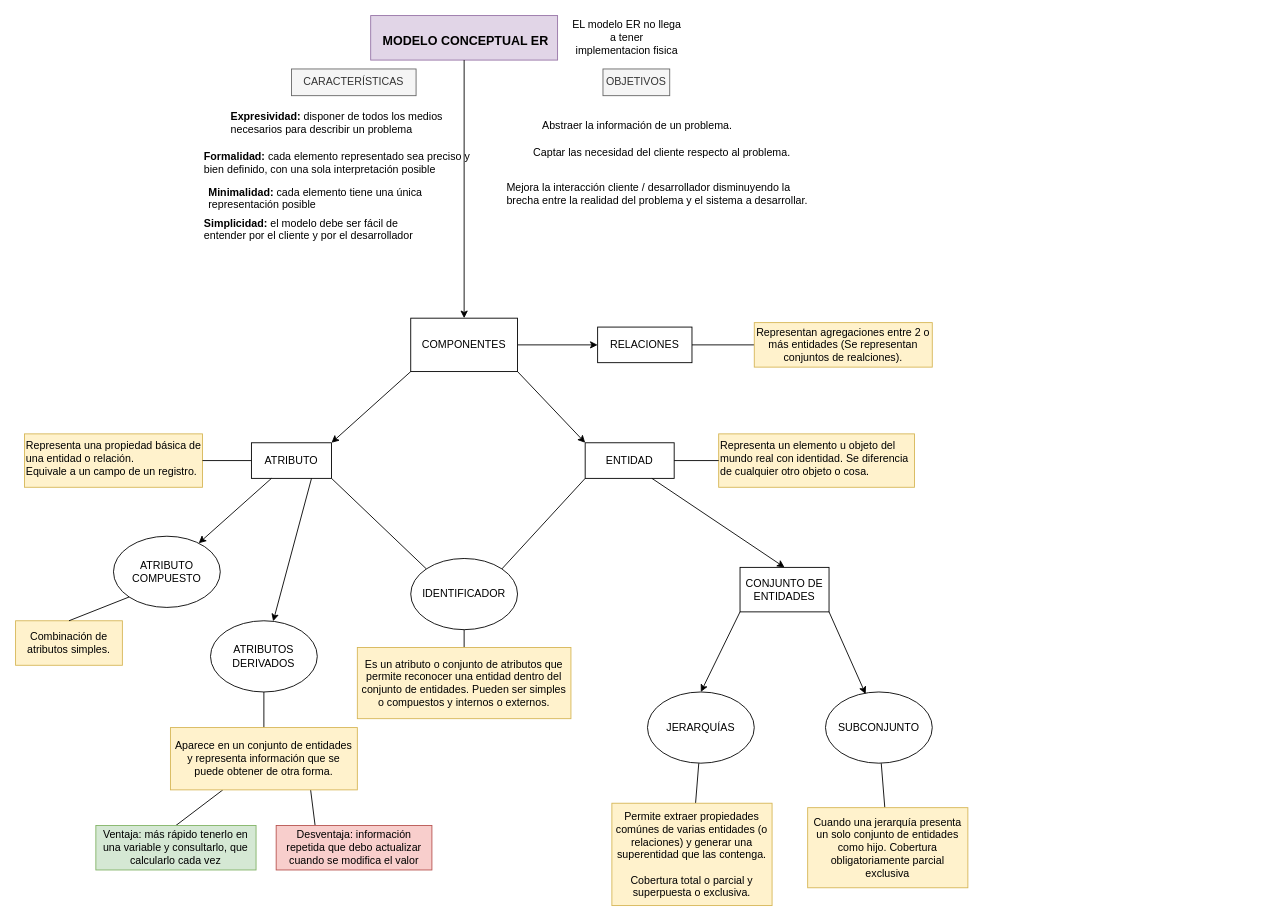
Before: page "Modelo ER - Conceptual" (3 of 4) of Diagrama-resumen.drawio in senras/DBD, a draw.io diagram. Source tidied: cells renumbered, new cells numbered last; positions are measured from the earlier drawing's top-left corner, leaving out a move shared by most shapes. Both pictures are drawn from the tidied source at 89%, with x=0, y=0 at pixel (15, 15).
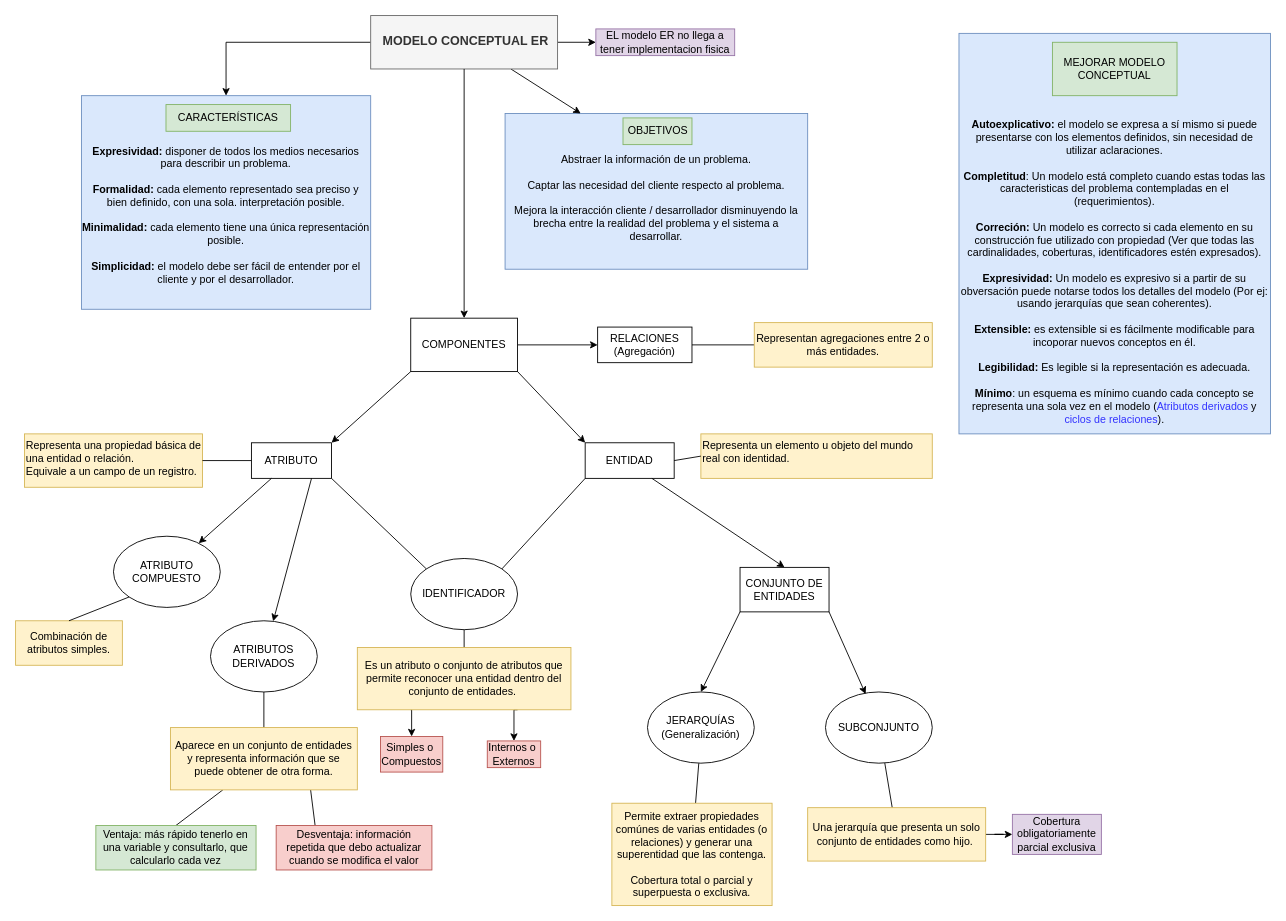
The same page after the edit.

What changed in the source:
```diff
@@
+    <mxCell id="54" value="&lt;span style=&quot;text-align: left&quot;&gt;&lt;br&gt;Abstraer la información de un problema.&lt;br&gt;&lt;br&gt;&lt;/span&gt;&lt;span style=&quot;text-align: left&quot;&gt;Captar las necesidad del cliente respecto al problema.&lt;br&gt;&lt;br&gt;&lt;/span&gt;&lt;span style=&quot;text-align: left&quot;&gt;Mejora la interacción cliente / desarrollador disminuyendo la brecha entre la realidad del problema y el sistema a desarrollar.&lt;/span&gt;&lt;span style=&quot;text-align: left&quot;&gt;&lt;br&gt;&lt;/span&gt;" style="rounded=0;whiteSpace=wrap;html=1;fillColor=#dae8fc;strokeColor=#6c8ebf;" parent="1" vertex="1">
+      <mxGeometry x="550" y="110" width="340" height="175" as="geometry" />
+    </mxCell>
+    <mxCell id="55" value="&lt;b style=&quot;text-align: left&quot;&gt;&lt;br&gt;&lt;br&gt;Expresividad:&lt;/b&gt;&lt;span style=&quot;text-align: left&quot;&gt;&amp;nbsp;disponer de todos los medios necesarios para describir un problema.&lt;br&gt;&lt;br&gt;&lt;/span&gt;&lt;b style=&quot;text-align: left&quot;&gt;Formalidad:&amp;nbsp;&lt;/b&gt;&lt;span style=&quot;text-align: left&quot;&gt;cada elemento representado sea preciso y bien definido, con una sola. interpretación posible.&lt;br&gt;&lt;/span&gt;&lt;span style=&quot;text-align: left&quot;&gt;&lt;br&gt;&lt;/span&gt;&lt;b style=&quot;text-align: left&quot;&gt;Minimalidad:&lt;/b&gt;&lt;span style=&quot;text-align: left&quot;&gt;&amp;nbsp;cada elemento tiene una única representación posible.&lt;br&gt;&lt;/span&gt;&lt;span style=&quot;text-align: left&quot;&gt;&lt;br&gt;&lt;/span&gt;&lt;b style=&quot;text-align: left&quot;&gt;Simplicidad:&lt;/b&gt;&lt;span style=&quot;text-align: left&quot;&gt;&amp;nbsp;el modelo debe ser fácil de entender por el cliente y por el desarrollador.&lt;/span&gt;&lt;span style=&quot;text-align: left&quot;&gt;&lt;br&gt;&lt;/span&gt;" style="rounded=0;whiteSpace=wrap;html=1;fillColor=#dae8fc;strokeColor=#6c8ebf;" parent="1" vertex="1">
+      <mxGeometry x="74" y="90" width="325" height="240" as="geometry" />
+    </mxCell>
@@
+    <mxCell id="56" style="edgeStyle=orthogonalEdgeStyle;rounded=0;jettySize=auto;html=1;exitX=1;exitY=0.5;exitDx=0;exitDy=0;entryX=0;entryY=0.5;entryDx=0;entryDy=0;fontColor=#3333FF;" parent="1" edge="1" source="3" target="53">
+      <mxGeometry relative="1" as="geometry" />
+    </mxCell>
+    <mxCell id="57" style="rounded=0;jettySize=auto;html=1;exitX=0.75;exitY=1;exitDx=0;exitDy=0;entryX=0.25;entryY=0;entryDx=0;entryDy=0;fontColor=#3333FF;" parent="1" edge="1" source="3" target="54">
+      <mxGeometry relative="1" as="geometry" />
+    </mxCell>
+    <mxCell id="58" style="edgeStyle=orthogonalEdgeStyle;rounded=0;jettySize=auto;html=1;exitX=0;exitY=0.5;exitDx=0;exitDy=0;entryX=0.5;entryY=0;entryDx=0;entryDy=0;fontColor=#3333FF;" parent="1" edge="1" source="3" target="55">
+      <mxGeometry relative="1" as="geometry" />
+    </mxCell>
-    <mxCell id="3" value="&lt;h3&gt;&amp;nbsp;MODELO CONCEPTUAL ER&lt;/h3&gt;" style="text;whiteSpace=wrap;html=1;fillColor=#e1d5e7;strokeColor=#9673a6;align=center;" parent="1" vertex="1">
-      <mxGeometry x="399" width="210" height="50" as="geometry" />
+    <mxCell id="3" value="&lt;h3&gt;&amp;nbsp;MODELO CONCEPTUAL ER&lt;/h3&gt;" style="text;whiteSpace=wrap;html=1;align=center;fillColor=#f5f5f5;fontColor=#333333;strokeColor=#666666;" parent="1" vertex="1">
+      <mxGeometry x="399" width="210" height="60" as="geometry" />
     </mxCell>
-    <mxCell id="4" value="OBJETIVOS" style="text;html=1;strokeColor=#666666;fillColor=#f5f5f5;align=center;verticalAlign=middle;whiteSpace=wrap;rounded=0;fontColor=#333333;" parent="1" vertex="1">
-      <mxGeometry x="660" y="60" width="75" height="30" as="geometry" />
+    <mxCell id="4" value="OBJETIVOS" style="text;html=1;strokeColor=#82b366;fillColor=#d5e8d4;align=center;verticalAlign=middle;whiteSpace=wrap;rounded=0;" parent="1" vertex="1">
+      <mxGeometry x="682.5" y="115" width="77.5" height="30" as="geometry" />
     </mxCell>
-    <mxCell id="5" value="Abstraer la información de un problema." style="text;whiteSpace=wrap;html=1;" parent="1" vertex="1">
-      <mxGeometry x="590" y="110" width="420" height="30" as="geometry" />
-    </mxCell>
-    <mxCell id="6" value="Captar las necesidad del cliente respecto al problema." style="text;whiteSpace=wrap;html=1;" parent="1" vertex="1">
-      <mxGeometry x="580" y="140" width="300" height="30" as="geometry" />
-    </mxCell>
-    <mxCell id="7" value="Mejora la interacción cliente / desarrollador disminuyendo la brecha entre la realidad del problema y el sistema a desarrollar." style="text;whiteSpace=wrap;html=1;" parent="1" vertex="1">
-      <mxGeometry x="550" y="180" width="350" height="40" as="geometry" />
-    </mxCell>
-    <mxCell id="8" value="CARACTERÍSTICAS" style="text;html=1;strokeColor=#666666;fillColor=#f5f5f5;align=center;verticalAlign=middle;whiteSpace=wrap;rounded=0;fontColor=#333333;" parent="1" vertex="1">
-      <mxGeometry x="310" y="60" width="140" height="30" as="geometry" />
+    <mxCell id="8" value="CARACTERÍSTICAS" style="text;html=1;strokeColor=#82b366;fillColor=#d5e8d4;align=center;verticalAlign=middle;whiteSpace=wrap;rounded=0;" parent="1" vertex="1">
+      <mxGeometry x="169" y="100" width="140" height="30" as="geometry" />
     </mxCell>
-    <mxCell id="9" value="&lt;b&gt;Expresividad:&lt;/b&gt; disponer de todos los medios necesarios para describir un problema" style="text;whiteSpace=wrap;html=1;" parent="1" vertex="1">
-      <mxGeometry x="240" y="100" width="250" height="40" as="geometry" />
-    </mxCell>
-    <mxCell id="10" value="&lt;b&gt;Formalidad: &lt;/b&gt;cada elemento representado sea preciso y bien definido, con una sola interpretación posible" style="text;whiteSpace=wrap;html=1;" parent="1" vertex="1">
-      <mxGeometry x="210" y="145" width="310" height="40" as="geometry" />
-    </mxCell>
-    <mxCell id="11" value="&lt;b&gt;Minimalidad:&lt;/b&gt; cada elemento tiene una única representación posible" style="text;whiteSpace=wrap;html=1;" parent="1" vertex="1">
-      <mxGeometry x="215" y="185" width="250" height="30" as="geometry" />
-    </mxCell>
-    <mxCell id="12" value="&lt;b&gt;Simplicidad:&lt;/b&gt; el modelo debe ser fácil de entender por el cliente y por el desarrollador" style="text;whiteSpace=wrap;html=1;" parent="1" vertex="1">
-      <mxGeometry x="210" y="220" width="255" height="50" as="geometry" />
-    </mxCell>
-    <mxCell id="13" value="Representa un elemento u objeto del mundo real con identidad. Se diferencia de cualquier otro objeto o cosa." style="text;whiteSpace=wrap;html=1;fillColor=#fff2cc;strokeColor=#d6b656;" parent="1" vertex="1">
-      <mxGeometry x="790" y="470" width="220" height="60" as="geometry" />
+    <mxCell id="13" value="Representa un elemento u objeto del mundo real con identidad." style="text;whiteSpace=wrap;html=1;fillColor=#fff2cc;strokeColor=#d6b656;" parent="1" vertex="1">
+      <mxGeometry x="770" y="470" width="260" height="50" as="geometry" />
     </mxCell>
@@
-    <mxCell id="22" value="JERARQUÍAS" style="ellipse;whiteSpace=wrap;html=1;strokeColor=default;fillColor=default;" parent="1" vertex="1">
+    <mxCell id="22" value="JERARQUÍAS&lt;br&gt;(Generalización)" style="ellipse;whiteSpace=wrap;html=1;strokeColor=default;fillColor=default;" parent="1" vertex="1">
       <mxGeometry x="710" y="760" width="120" height="80" as="geometry" />
     </mxCell>
@@
-    <mxCell id="42" value="RELACIONES" style="rounded=0;whiteSpace=wrap;html=1;strokeColor=default;fillColor=default;" parent="1" vertex="1">
+    <mxCell id="42" value="RELACIONES&lt;br&gt;(Agregación)" style="rounded=0;whiteSpace=wrap;html=1;strokeColor=default;fillColor=default;" parent="1" vertex="1">
       <mxGeometry x="654" y="350" width="106" height="40" as="geometry" />
     </mxCell>
-    <mxCell id="43" value="Representan agregaciones entre 2 o más entidades (Se representan conjuntos de realciones)." style="text;html=1;strokeColor=#d6b656;fillColor=#fff2cc;align=center;verticalAlign=middle;whiteSpace=wrap;rounded=0;" parent="1" vertex="1">
+    <mxCell id="43" value="Representan agregaciones entre 2 o más entidades." style="text;html=1;strokeColor=#d6b656;fillColor=#fff2cc;align=center;verticalAlign=middle;whiteSpace=wrap;rounded=0;" parent="1" vertex="1">
       <mxGeometry x="830" y="345" width="200" height="50" as="geometry" />
     </mxCell>
@@
+    <mxCell id="59" style="edgeStyle=orthogonalEdgeStyle;rounded=0;jettySize=auto;html=1;exitX=0.25;exitY=1;exitDx=0;exitDy=0;entryX=0.5;entryY=0;entryDx=0;entryDy=0;" parent="1" edge="1" source="46" target="62">
+      <mxGeometry relative="1" as="geometry" />
+    </mxCell>
+    <mxCell id="60" style="edgeStyle=orthogonalEdgeStyle;rounded=0;jettySize=auto;html=1;exitX=0.75;exitY=1;exitDx=0;exitDy=0;entryX=0.5;entryY=0;entryDx=0;entryDy=0;" parent="1" edge="1" source="46" target="63">
+      <mxGeometry relative="1" as="geometry" />
+    </mxCell>
-    <mxCell id="46" value="Es un atributo o conjunto de atributos que permite reconocer una entidad dentro del conjunto de entidades. Pueden ser simples o compuestos y internos o externos." style="text;html=1;strokeColor=#d6b656;fillColor=#fff2cc;align=center;verticalAlign=middle;whiteSpace=wrap;rounded=0;" parent="1" vertex="1">
-      <mxGeometry x="384" y="710" width="240" height="80" as="geometry" />
+    <mxCell id="46" value="Es un atributo o conjunto de atributos que permite reconocer una entidad dentro del conjunto de entidades.&amp;nbsp;" style="text;html=1;strokeColor=#d6b656;fillColor=#fff2cc;align=center;verticalAlign=middle;whiteSpace=wrap;rounded=0;" parent="1" vertex="1">
+      <mxGeometry x="384" y="710" width="240" height="70" as="geometry" />
     </mxCell>
@@
+    <mxCell id="61" style="edgeStyle=orthogonalEdgeStyle;rounded=0;jettySize=auto;html=1;exitX=1;exitY=0.5;exitDx=0;exitDy=0;" parent="1" edge="1" source="48" target="64">
+      <mxGeometry relative="1" as="geometry" />
+    </mxCell>
-    <mxCell id="48" value="Cuando una jerarquía presenta un solo conjunto de entidades como hijo. Cobertura obligatoriamente parcial exclusiva" style="text;html=1;strokeColor=#d6b656;fillColor=#fff2cc;align=center;verticalAlign=middle;whiteSpace=wrap;rounded=0;" parent="1" vertex="1">
-      <mxGeometry x="890" y="890" width="180" height="90" as="geometry" />
+    <mxCell id="48" value="Una jerarquía que presenta un solo conjunto de entidades como hijo.&amp;nbsp;" style="text;html=1;strokeColor=#d6b656;fillColor=#fff2cc;align=center;verticalAlign=middle;whiteSpace=wrap;rounded=0;" parent="1" vertex="1">
+      <mxGeometry x="890" y="890" width="200" height="60" as="geometry" />
     </mxCell>
@@
-    <mxCell id="53" value="EL modelo ER no llega a tener implementacion fisica" style="text;html=1;strokeColor=none;fillColor=none;align=center;verticalAlign=middle;whiteSpace=wrap;rounded=0;" parent="1" vertex="1">
-      <mxGeometry x="624" y="10" width="126" height="30" as="geometry" />
+    <mxCell id="53" value="EL modelo ER no llega a tener implementacion fisica" style="text;html=1;strokeColor=#9673a6;fillColor=#e1d5e7;align=center;verticalAlign=middle;whiteSpace=wrap;rounded=0;" parent="1" vertex="1">
+      <mxGeometry x="652" y="15" width="156" height="30" as="geometry" />
     </mxCell>
+    <mxCell id="62" value="Simples o&amp;nbsp;&lt;br&gt;Compuestos" style="text;html=1;strokeColor=#b85450;fillColor=#f8cecc;align=center;verticalAlign=middle;whiteSpace=wrap;rounded=0;" parent="1" vertex="1">
+      <mxGeometry x="410" y="810" width="70" height="40" as="geometry" />
+    </mxCell>
+    <mxCell id="63" value="Internos o&amp;nbsp;&lt;br&gt;Externos" style="text;html=1;strokeColor=#b85450;fillColor=#f8cecc;align=center;verticalAlign=middle;whiteSpace=wrap;rounded=0;" parent="1" vertex="1">
+      <mxGeometry x="530" y="815" width="60" height="30" as="geometry" />
+    </mxCell>
+    <mxCell id="64" value="Cobertura obligatoriamente parcial exclusiva" style="text;html=1;strokeColor=#9673a6;fillColor=#e1d5e7;align=center;verticalAlign=middle;whiteSpace=wrap;rounded=0;" parent="1" vertex="1">
+      <mxGeometry x="1120" y="897.5" width="100" height="45" as="geometry" />
+    </mxCell>
+    <mxCell id="65" value="&lt;b&gt;&lt;br&gt;&lt;br&gt;&lt;br&gt;&lt;br&gt;&lt;br&gt;&lt;br&gt;Autoexplicativo:&lt;/b&gt;&amp;nbsp;el modelo se expresa a sí mismo si puede presentarse con los elementos definidos, sin necesidad de utilizar aclaraciones.&lt;br&gt;&lt;br&gt;&lt;b&gt;Completitud&lt;/b&gt;: Un modelo está completo cuando estas todas las caracteristicas del problema contempladas en el (requerimientos).&lt;br&gt;&lt;br&gt;&lt;b&gt;Correción:&lt;/b&gt;&amp;nbsp;Un modelo es correcto si cada elemento en su construcción fue utilizado con propiedad (Ver que todas las cardinalidades, coberturas, identificadores estén expresados).&lt;br&gt;&lt;br&gt;&lt;b&gt;Expresividad:&lt;/b&gt;&amp;nbsp;Un modelo es expresivo si a partir de su obversación puede notarse todos los detalles del modelo (Por ej: usando jerarquías que sean coherentes).&lt;br&gt;&lt;br&gt;&lt;b&gt;Extensible: &lt;/b&gt;es extensible si es fácilmente modificable para incoporar nuevos conceptos en él.&lt;br&gt;&lt;br&gt;&lt;b&gt;Legibilidad:&lt;/b&gt;&amp;nbsp;Es legible si la representación es adecuada.&lt;br&gt;&lt;br&gt;&lt;b&gt;Mínimo&lt;/b&gt;: un esquema es mínimo cuando cada concepto se representa una sola vez en el modelo (&lt;font color=&quot;#3333ff&quot;&gt;Atributos derivados&lt;/font&gt; y &lt;font color=&quot;#3333ff&quot;&gt;ciclos de relaciones&lt;/font&gt;)." style="rounded=0;whiteSpace=wrap;html=1;fillColor=#dae8fc;strokeColor=#6c8ebf;" parent="1" vertex="1">
+      <mxGeometry x="1060" y="20" width="350" height="450" as="geometry" />
+    </mxCell>
+    <mxCell id="66" value="MEJORAR MODELO CONCEPTUAL" style="rounded=0;whiteSpace=wrap;html=1;fillColor=#d5e8d4;strokeColor=#82b366;" parent="1" vertex="1">
+      <mxGeometry x="1165" y="30" width="140" height="60" as="geometry" />
+    </mxCell>
```
